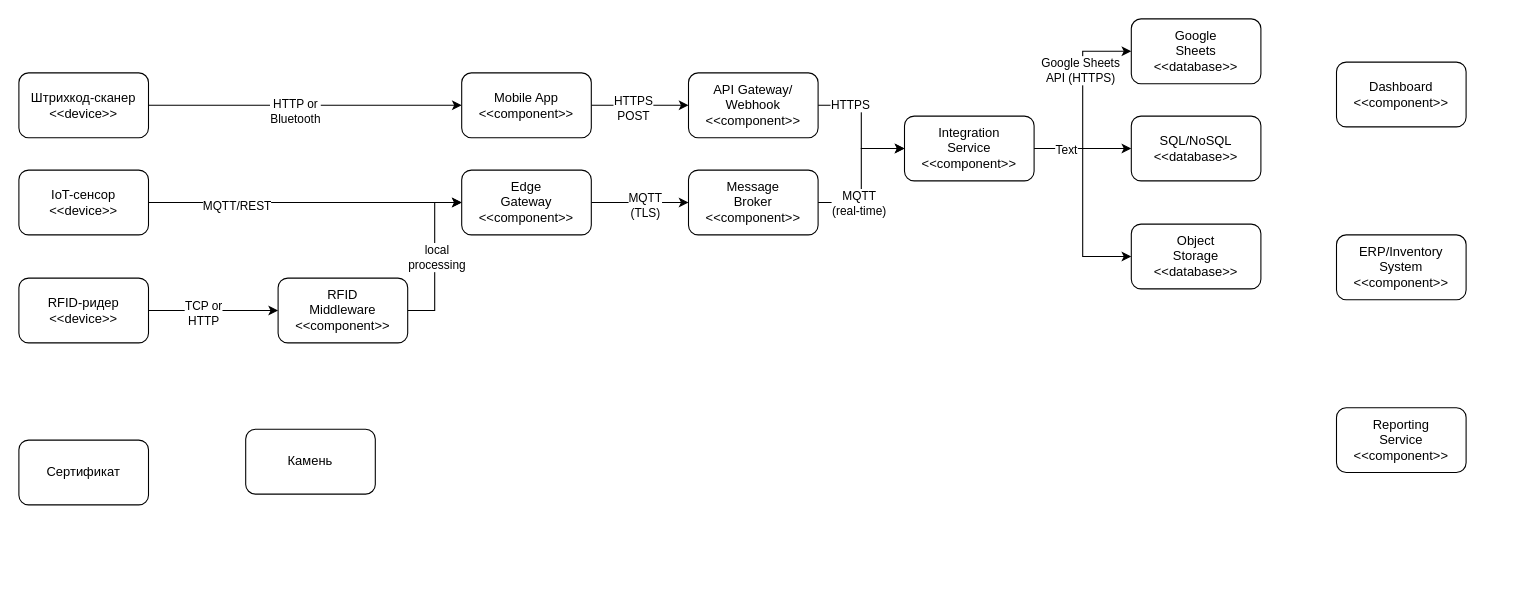
Above: ии.drawio in Moonteddy777/Laba (draw.io), before the change. Source tidied: cells renumbered, new cells numbered last; positions are measured from the earlier drawing's top-left corner, leaving out a move shared by most shapes. Both pictures are drawn from the tidied source at 108%, with x=0, y=0 at pixel (18, 18).
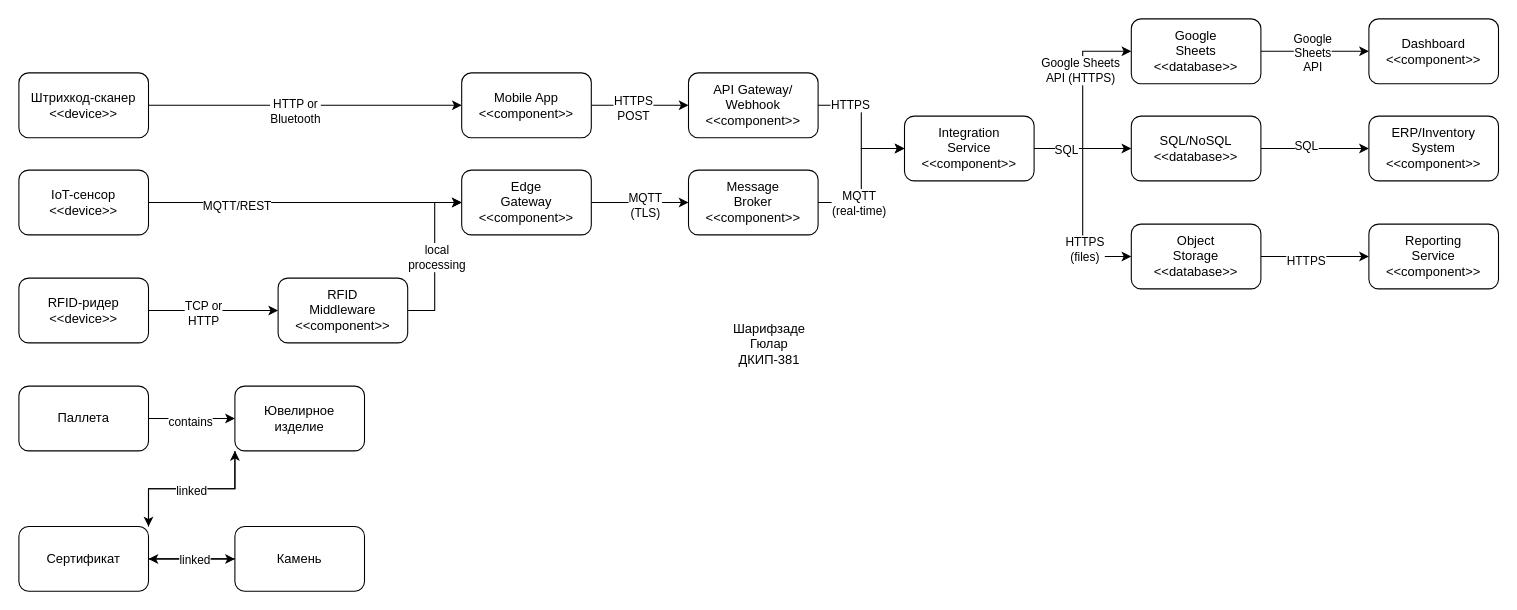
The same diagram, later.

The change refers to these unchanged cells:
```xml
<mxCell id="31" style="edgeStyle=orthogonalEdgeStyle;rounded=0;jettySize=auto;html=1;exitX=1;exitY=0.5;exitDx=0;exitDy=0;entryX=0;entryY=0.5;entryDx=0;entryDy=0;" parent="1" edge="1" source="33" target="36">
  <mxGeometry relative="1" as="geometry" />
</mxCell>
<mxCell id="34" value="Google&lt;div&gt;Sheets&lt;/div&gt;&lt;div&gt;&amp;lt;&amp;lt;database&amp;gt;&amp;gt;&lt;/div&gt;" style="rounded=1;whiteSpace=wrap;html=1;" parent="1" vertex="1">
  <mxGeometry x="1030" width="120" height="60" as="geometry" />
</mxCell>
<mxCell id="35" value="SQL/NoSQL&lt;div&gt;&amp;lt;&amp;lt;database&amp;gt;&amp;gt;&lt;/div&gt;" style="rounded=1;whiteSpace=wrap;html=1;" parent="1" vertex="1">
  <mxGeometry x="1030" y="90" width="120" height="60" as="geometry" />
</mxCell>
<mxCell id="36" value="Object&lt;div&gt;Storage&lt;/div&gt;&lt;div&gt;&amp;lt;&amp;lt;database&amp;gt;&amp;gt;&lt;/div&gt;" style="rounded=1;whiteSpace=wrap;html=1;" parent="1" vertex="1">
  <mxGeometry x="1030" y="190" width="120" height="60" as="geometry" />
</mxCell>
```

The edit, as a diff of the source:
```diff
@@
+    <mxCell id="40" style="edgeStyle=orthogonalEdgeStyle;rounded=0;jettySize=auto;html=1;" parent="1" edge="1" source="2" target="3">
+      <mxGeometry relative="1" as="geometry" />
+    </mxCell>
+    <mxCell id="41" style="edgeStyle=orthogonalEdgeStyle;rounded=0;jettySize=auto;html=1;exitX=1;exitY=0;exitDx=0;exitDy=0;entryX=0;entryY=1;entryDx=0;entryDy=0;" parent="1" edge="1" source="2" target="56">
+      <mxGeometry relative="1" as="geometry" />
+    </mxCell>
     <mxCell id="2" value="Сертификат" style="rounded=1;whiteSpace=wrap;html=1;" parent="1" vertex="1">
-      <mxGeometry y="390" width="120" height="60" as="geometry" />
+      <mxGeometry y="470" width="120" height="60" as="geometry" />
     </mxCell>
+    <mxCell id="42" style="edgeStyle=orthogonalEdgeStyle;rounded=0;jettySize=auto;html=1;" parent="1" edge="1" source="3" target="2">
+      <mxGeometry relative="1" as="geometry" />
+    </mxCell>
+    <mxCell id="43" value="linked" style="edgeLabel;html=1;align=center;verticalAlign=middle;" parent="42" vertex="1">
+      <mxGeometry x="-0.04" relative="1" as="geometry" />
+    </mxCell>
     <mxCell id="3" value="Камень" style="rounded=1;whiteSpace=wrap;html=1;" parent="1" vertex="1">
-      <mxGeometry x="210" y="380" width="120" height="60" as="geometry" />
+      <mxGeometry x="200" y="470" width="120" height="60" as="geometry" />
     </mxCell>
@@
-    <mxCell id="32" value="Text" style="edgeLabel;html=1;align=center;verticalAlign=middle;" parent="31" vertex="1">
+    <mxCell id="32" value="SQL" style="edgeLabel;html=1;align=center;verticalAlign=middle;" parent="31" vertex="1">
       <mxGeometry x="-0.69" y="-1" relative="1" as="geometry" />
     </mxCell>
+    <mxCell id="44" value="HTTPS&lt;div&gt;(files)&lt;/div&gt;" style="edgeLabel;html=1;align=center;verticalAlign=middle;" parent="31" vertex="1">
+      <mxGeometry x="0.45" y="1" relative="1" as="geometry" />
+    </mxCell>
@@
+    <mxCell id="45" style="edgeStyle=orthogonalEdgeStyle;rounded=0;jettySize=auto;html=1;" parent="1" edge="1" source="34" target="37">
+      <mxGeometry relative="1" as="geometry" />
+    </mxCell>
+    <mxCell id="46" value="Google&lt;div&gt;Sheets&lt;/div&gt;&lt;div&gt;API&lt;/div&gt;" style="edgeLabel;html=1;align=center;verticalAlign=middle;" parent="45" vertex="1">
+      <mxGeometry x="-0.06" y="-1" relative="1" as="geometry" />
+    </mxCell>
@@
+    <mxCell id="47" style="edgeStyle=orthogonalEdgeStyle;rounded=0;jettySize=auto;html=1;" parent="1" edge="1" source="35" target="38">
+      <mxGeometry relative="1" as="geometry" />
+    </mxCell>
+    <mxCell id="48" value="SQL" style="edgeLabel;html=1;align=center;verticalAlign=middle;" parent="47" vertex="1">
+      <mxGeometry x="-0.18" y="3" relative="1" as="geometry" />
+    </mxCell>
@@
+    <mxCell id="49" style="edgeStyle=orthogonalEdgeStyle;rounded=0;jettySize=auto;html=1;" parent="1" edge="1" source="36" target="39">
+      <mxGeometry relative="1" as="geometry" />
+    </mxCell>
+    <mxCell id="50" value="HTTPS" style="edgeLabel;html=1;align=center;verticalAlign=middle;" parent="49" vertex="1">
+      <mxGeometry x="-0.18" y="-3" relative="1" as="geometry" />
+    </mxCell>
@@
     <mxCell id="37" value="Dashboard&lt;div&gt;&amp;lt;&amp;lt;component&amp;gt;&amp;gt;&lt;/div&gt;" style="rounded=1;whiteSpace=wrap;html=1;" parent="1" vertex="1">
-      <mxGeometry x="1220" y="40" width="120" height="60" as="geometry" />
+      <mxGeometry x="1250" width="120" height="60" as="geometry" />
     </mxCell>
     <mxCell id="38" value="ERP/Inventory&lt;div&gt;System&lt;/div&gt;&lt;div&gt;&amp;lt;&amp;lt;component&amp;gt;&amp;gt;&lt;/div&gt;" style="rounded=1;whiteSpace=wrap;html=1;" parent="1" vertex="1">
-      <mxGeometry x="1220" y="200" width="120" height="60" as="geometry" />
+      <mxGeometry x="1250" y="90" width="120" height="60" as="geometry" />
     </mxCell>
     <mxCell id="39" value="Reporting&lt;div&gt;Service&lt;/div&gt;&lt;div&gt;&amp;lt;&amp;lt;component&amp;gt;&amp;gt;&lt;/div&gt;" style="rounded=1;whiteSpace=wrap;html=1;" parent="1" vertex="1">
-      <mxGeometry x="1220" y="360" width="120" height="60" as="geometry" />
+      <mxGeometry x="1250" y="190" width="120" height="60" as="geometry" />
     </mxCell>
+    <mxCell id="51" style="edgeStyle=orthogonalEdgeStyle;rounded=0;jettySize=auto;html=1;" parent="1" edge="1" source="53" target="56">
+      <mxGeometry relative="1" as="geometry" />
+    </mxCell>
+    <mxCell id="52" value="contains" style="edgeLabel;html=1;align=center;verticalAlign=middle;" parent="51" vertex="1">
+      <mxGeometry x="-0.04" y="-2" relative="1" as="geometry" />
+    </mxCell>
+    <mxCell id="53" value="Паллета" style="rounded=1;whiteSpace=wrap;html=1;" parent="1" vertex="1">
+      <mxGeometry y="340" width="120" height="60" as="geometry" />
+    </mxCell>
+    <mxCell id="54" style="edgeStyle=orthogonalEdgeStyle;rounded=0;jettySize=auto;html=1;exitX=0;exitY=1;exitDx=0;exitDy=0;entryX=1;entryY=0;entryDx=0;entryDy=0;" parent="1" edge="1" source="56" target="2">
+      <mxGeometry relative="1" as="geometry" />
+    </mxCell>
+    <mxCell id="55" value="linked" style="edgeLabel;html=1;align=center;verticalAlign=middle;" parent="54" vertex="1">
+      <mxGeometry x="0.01" y="1" relative="1" as="geometry" />
+    </mxCell>
+    <mxCell id="56" value="Ювелирное&lt;div&gt;изделие&lt;/div&gt;" style="rounded=1;whiteSpace=wrap;html=1;" parent="1" vertex="1">
+      <mxGeometry x="200" y="340" width="120" height="60" as="geometry" />
+    </mxCell>
+    <mxCell id="57" value="Шарифзаде&lt;div&gt;Гюлар&lt;/div&gt;&lt;div&gt;ДКИП-381&lt;/div&gt;" style="text;html=1;whiteSpace=wrap;strokeColor=none;fillColor=none;align=center;verticalAlign=middle;rounded=0;" parent="1" vertex="1">
+      <mxGeometry x="580" y="300" width="230" as="geometry" />
+    </mxCell>
```
